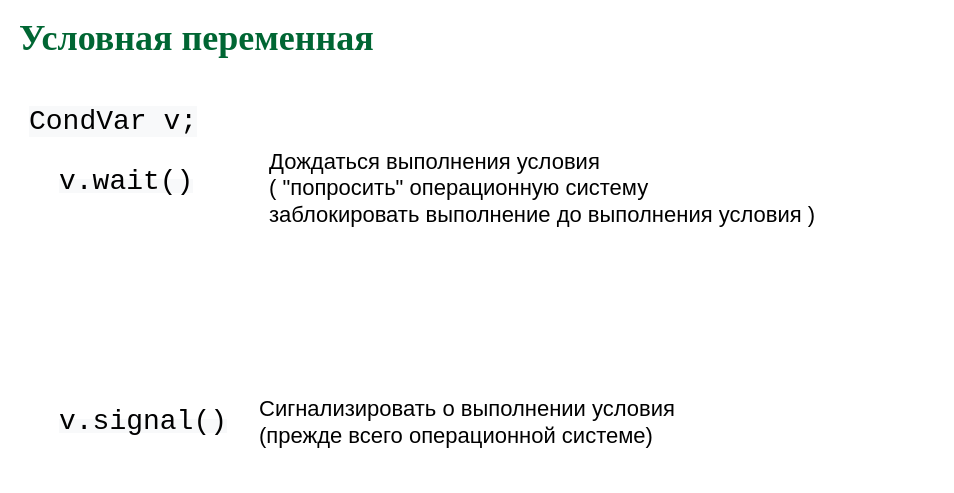
This is page "CondVar" (10 of 13) of slides/sync.drawio from 77maxikov/os_course, a draw.io file, before an edit. Source tidied: cells renumbered, new cells numbered last; positions are measured from the earlier drawing's top-left corner, leaving out a move shared by most shapes. Both pictures are drawn from the tidied source at 100%, with x=0, y=0 at pixel (17, 28).
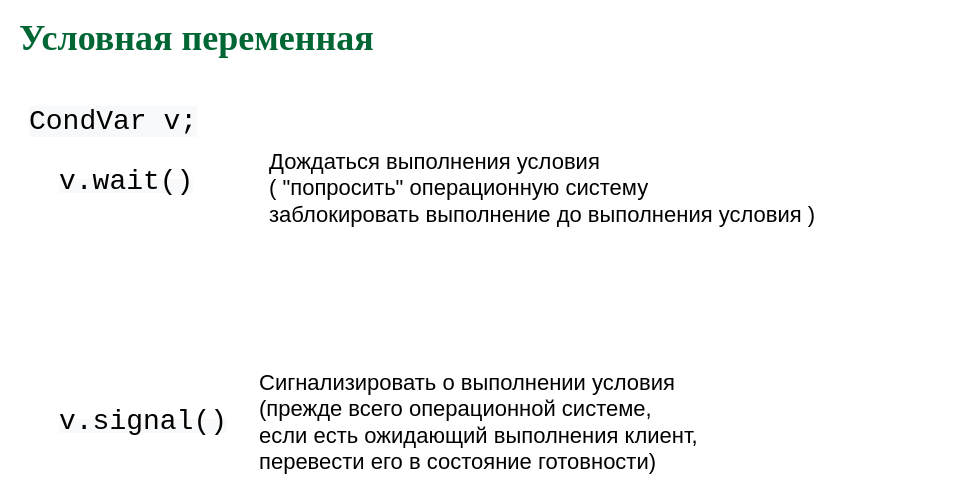
The same diagram, later.

Change to the diagram source:
```diff
@@
 <mxGraphModel>
   <root>
     <mxCell id="0" />
     <mxCell id="1" parent="0" />
     <mxCell id="2" value="&lt;font color=&quot;#006633&quot; face=&quot;Garamond&quot;&gt;&lt;span style=&quot;font-size: 36px&quot;&gt;&lt;b&gt;Условная переменная&lt;/b&gt;&lt;/span&gt;&lt;/font&gt;" style="text;html=1;align=left;verticalAlign=middle;whiteSpace=wrap;rounded=0;" parent="1" vertex="1">
       <mxGeometry width="920" height="20" as="geometry" />
     </mxCell>
     <mxCell id="3" value="&lt;span style=&quot;color: rgb(0 , 0 , 0) ; font-family: &amp;#34;courier new&amp;#34; ; font-size: 28px ; font-style: normal ; font-weight: 400 ; letter-spacing: normal ; text-align: left ; text-indent: 0px ; text-transform: none ; word-spacing: 0px ; background-color: rgb(248 , 249 , 250) ; display: inline ; float: none&quot;&gt;CondVar v;&lt;br&gt;&lt;br&gt;&lt;/span&gt;" style="text;whiteSpace=wrap;html=1;" parent="1" vertex="1">
       <mxGeometry x="10" y="70" width="180" height="30" as="geometry" />
     </mxCell>
     <mxCell id="4" value="&lt;span style=&quot;color: rgb(0 , 0 , 0) ; font-family: &amp;#34;courier new&amp;#34; ; font-style: normal ; font-weight: 400 ; letter-spacing: normal ; text-align: left ; text-indent: 0px ; text-transform: none ; word-spacing: 0px ; background-color: rgb(248 , 249 , 250) ; display: inline ; float: none&quot;&gt;&lt;font style=&quot;font-size: 28px&quot;&gt;v.wait()&lt;/font&gt;&lt;/span&gt;" style="text;whiteSpace=wrap;html=1;" parent="1" vertex="1">
       <mxGeometry x="40" y="130" width="180" height="30" as="geometry" />
     </mxCell>
     <mxCell id="5" value="&lt;font style=&quot;font-size: 22px&quot;&gt;Дождаться выполнения условия &lt;br&gt;( &quot;попросить&quot; операционную систему &lt;br&gt;заблокировать выполнение до выполнения условия )&lt;/font&gt;" style="text;html=1;align=left;verticalAlign=middle;" parent="1" vertex="1">
       <mxGeometry x="250" y="130" width="560" height="60" as="geometry" />
     </mxCell>
     <mxCell id="6" value="&lt;span style=&quot;color: rgb(0 , 0 , 0) ; font-family: &amp;#34;courier new&amp;#34; ; font-style: normal ; font-weight: 400 ; letter-spacing: normal ; text-align: left ; text-indent: 0px ; text-transform: none ; word-spacing: 0px ; background-color: rgb(248 , 249 , 250) ; display: inline ; float: none&quot;&gt;&lt;font style=&quot;font-size: 28px&quot;&gt;v.signal()&lt;/font&gt;&lt;/span&gt;" style="text;whiteSpace=wrap;html=1;" parent="1" vertex="1">
       <mxGeometry x="40" y="370" width="180" height="30" as="geometry" />
     </mxCell>
-    <mxCell id="7" value="&lt;font style=&quot;font-size: 22px&quot;&gt;Сигнализировать о выполнении условия &lt;br&gt;(прежде всего операционной системе)&lt;/font&gt;" style="text;html=1;align=left;verticalAlign=middle;" parent="1" vertex="1">
-      <mxGeometry x="240" y="374" width="430" height="40" as="geometry" />
+    <mxCell id="7" value="&lt;font style=&quot;font-size: 22px&quot;&gt;Сигнализировать о выполнении условия &lt;br&gt;(прежде всего операционной системе, &lt;br&gt;если есть ожидающий выполнения клиент, &lt;br&gt;перевести его в состояние готовности)&lt;/font&gt;" style="text;html=1;align=left;verticalAlign=middle;" parent="1" vertex="1">
+      <mxGeometry x="240" y="359" width="450" height="70" as="geometry" />
     </mxCell>
   </root>
 </mxGraphModel>
```
